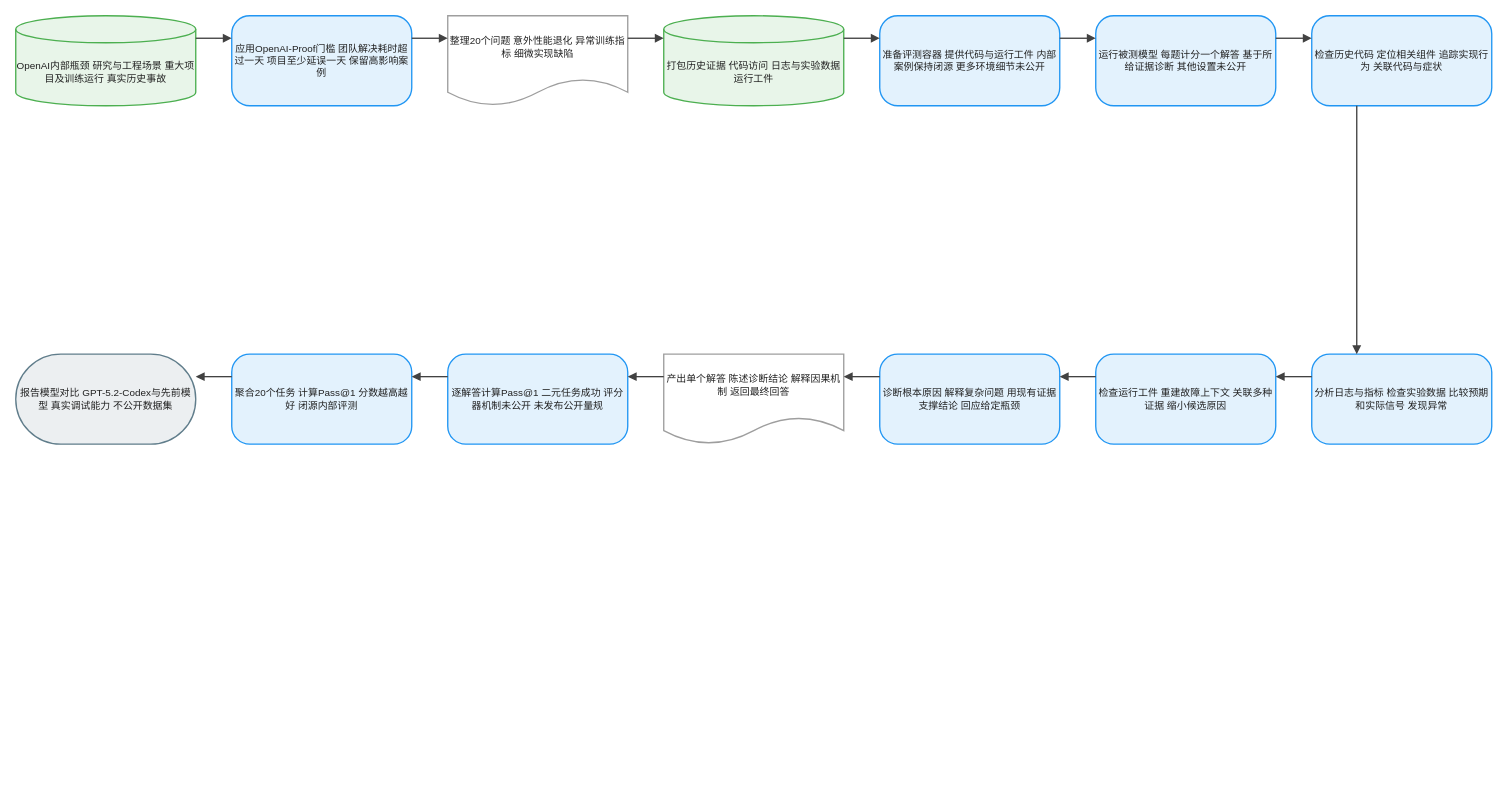
This is client/public/drawio/OpenAI-Proof_Q&A/OpenAI-Proof_Q&A.zh.drawio from joe1chief/benchmark-hub, a draw.io file, before an edit. Source tidied: cells renumbered, new cells numbered last; positions are measured from the earlier drawing's top-left corner, leaving out a move shared by most shapes. Both pictures are drawn from the tidied source at 90%, with x=0, y=0 at pixel (15, 15).
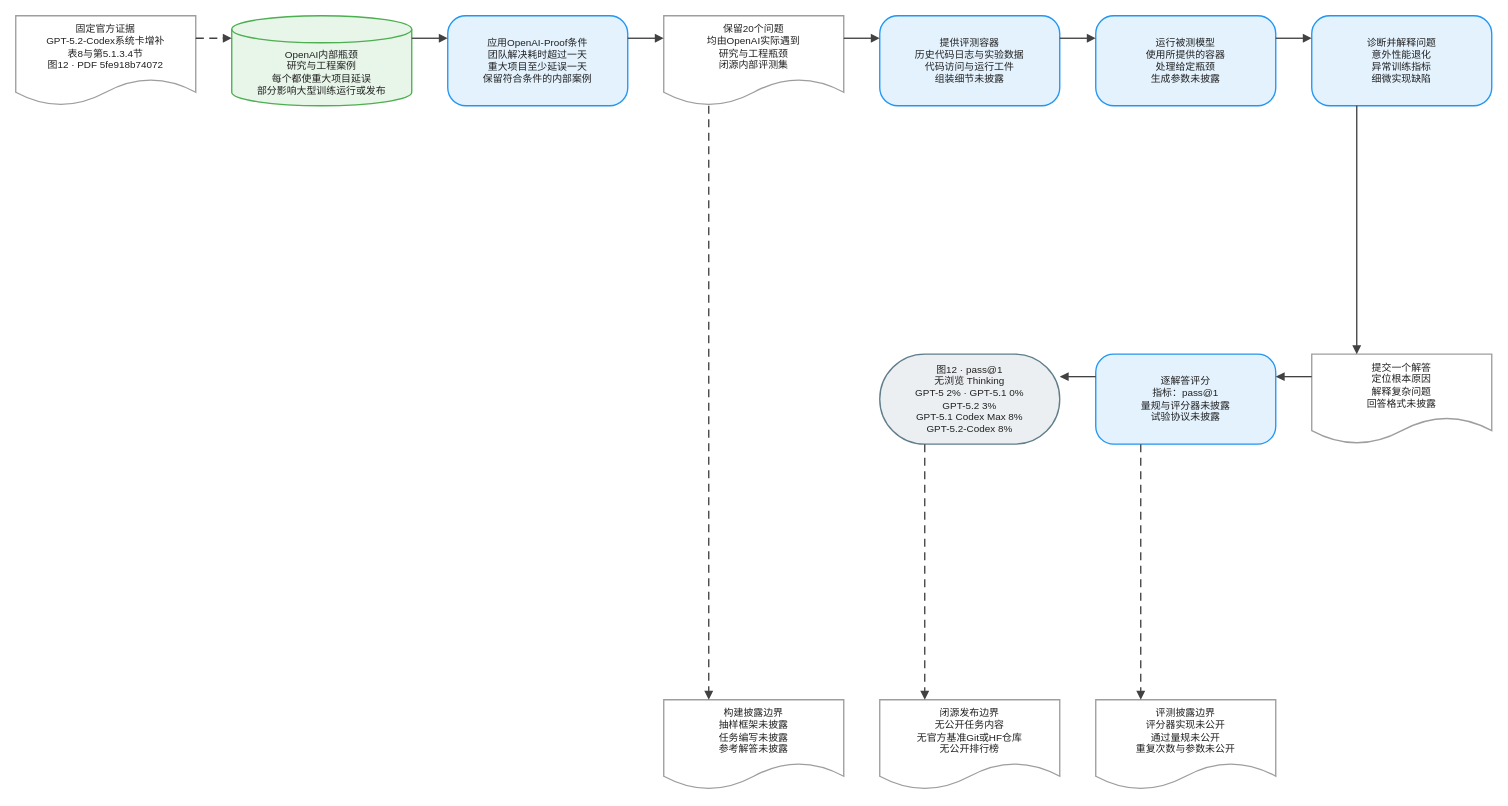
Above is the later version.

The edit, as a diff of the source:
```diff
@@
-    <mxCell id="2" value="OpenAI内部瓶颈 研究与工程场景 重大项目及训练运行 真实历史事故" style="shape=cylinder3;boundedLbl=1;backgroundOutline=1;size=15;html=1;whiteSpace=wrap;fillColor=#E8F5E9;strokeColor=#4CAF50;strokeWidth=1.5;fontColor=#212121;fontSize=11;fontFamily=Arial, Helvetica, sans-serif;verticalAlign=middle;align=center;" parent="1" vertex="1">
+    <mxCell id="2" value="固定官方证据&#10;GPT-5.2-Codex系统卡增补&#10;表8与第5.1.3.4节&#10;图12 · PDF 5fe918b74072" style="shape=document;boundedLbl=1;html=0;convertToSvg=1;whiteSpace=wrap;fillColor=#FFFFFF;strokeColor=#9E9E9E;strokeWidth=1.5;fontColor=#212121;fontSize=11;fontFamily=Arial, Helvetica, sans-serif;verticalAlign=middle;align=center;" parent="1" vertex="1">
       <mxGeometry width="200" height="100" as="geometry" />
     </mxCell>
-    <mxCell id="3" value="应用OpenAI-Proof门槛 团队解决耗时超过一天 项目至少延误一天 保留高影响案例" style="rounded=1;arcSize=20;html=1;whiteSpace=wrap;fillColor=#E3F2FD;strokeColor=#2196F3;strokeWidth=1.5;fontColor=#212121;fontSize=11;fontFamily=Arial, Helvetica, sans-serif;verticalAlign=middle;align=center;" parent="1" vertex="1">
+    <mxCell id="3" value="OpenAI内部瓶颈&#10;研究与工程案例&#10;每个都使重大项目延误&#10;部分影响大型训练运行或发布" style="shape=cylinder3;boundedLbl=1;backgroundOutline=1;size=15;html=0;convertToSvg=1;whiteSpace=wrap;fillColor=#E8F5E9;strokeColor=#4CAF50;strokeWidth=1.5;fontColor=#212121;fontSize=11;fontFamily=Arial, Helvetica, sans-serif;verticalAlign=middle;align=center;" parent="1" vertex="1">
       <mxGeometry x="240" width="200" height="100" as="geometry" />
     </mxCell>
-    <mxCell id="4" value="整理20个问题 意外性能退化 异常训练指标 细微实现缺陷" style="shape=document;boundedLbl=1;html=1;whiteSpace=wrap;fillColor=#FFFFFF;strokeColor=#9E9E9E;strokeWidth=1.5;fontColor=#212121;fontSize=11;fontFamily=Arial, Helvetica, sans-serif;verticalAlign=middle;align=center;" parent="1" vertex="1">
+    <mxCell id="4" value="应用OpenAI-Proof条件&#10;团队解决耗时超过一天&#10;重大项目至少延误一天&#10;保留符合条件的内部案例" style="rounded=1;arcSize=20;html=0;convertToSvg=1;whiteSpace=wrap;fillColor=#E3F2FD;strokeColor=#2196F3;strokeWidth=1.5;fontColor=#212121;fontSize=11;fontFamily=Arial, Helvetica, sans-serif;verticalAlign=middle;align=center;" parent="1" vertex="1">
       <mxGeometry x="480" width="200" height="100" as="geometry" />
     </mxCell>
-    <mxCell id="5" value="打包历史证据 代码访问 日志与实验数据 运行工件" style="shape=cylinder3;boundedLbl=1;backgroundOutline=1;size=15;html=1;whiteSpace=wrap;fillColor=#E8F5E9;strokeColor=#4CAF50;strokeWidth=1.5;fontColor=#212121;fontSize=11;fontFamily=Arial, Helvetica, sans-serif;verticalAlign=middle;align=center;" parent="1" vertex="1">
+    <mxCell id="5" value="保留20个问题&#10;均由OpenAI实际遇到&#10;研究与工程瓶颈&#10;闭源内部评测集" style="shape=document;boundedLbl=1;html=0;convertToSvg=1;whiteSpace=wrap;fillColor=#FFFFFF;strokeColor=#9E9E9E;strokeWidth=1.5;fontColor=#212121;fontSize=11;fontFamily=Arial, Helvetica, sans-serif;verticalAlign=middle;align=center;" parent="1" vertex="1">
       <mxGeometry x="720" width="200" height="100" as="geometry" />
     </mxCell>
-    <mxCell id="6" value="准备评测容器 提供代码与运行工件 内部案例保持闭源 更多环境细节未公开" style="rounded=1;arcSize=20;html=1;whiteSpace=wrap;fillColor=#E3F2FD;strokeColor=#2196F3;strokeWidth=1.5;fontColor=#212121;fontSize=11;fontFamily=Arial, Helvetica, sans-serif;verticalAlign=middle;align=center;" parent="1" vertex="1">
+    <mxCell id="6" value="提供评测容器&#10;历史代码日志与实验数据&#10;代码访问与运行工件&#10;组装细节未披露" style="rounded=1;arcSize=20;html=0;convertToSvg=1;whiteSpace=wrap;fillColor=#E3F2FD;strokeColor=#2196F3;strokeWidth=1.5;fontColor=#212121;fontSize=11;fontFamily=Arial, Helvetica, sans-serif;verticalAlign=middle;align=center;" parent="1" vertex="1">
       <mxGeometry x="960" width="200" height="100" as="geometry" />
     </mxCell>
-    <mxCell id="7" value="运行被测模型 每题计分一个解答 基于所给证据诊断 其他设置未公开" style="rounded=1;arcSize=20;html=1;whiteSpace=wrap;fillColor=#E3F2FD;strokeColor=#2196F3;strokeWidth=1.5;fontColor=#212121;fontSize=11;fontFamily=Arial, Helvetica, sans-serif;verticalAlign=middle;align=center;" parent="1" vertex="1">
+    <mxCell id="7" value="运行被测模型&#10;使用所提供的容器&#10;处理给定瓶颈&#10;生成参数未披露" style="rounded=1;arcSize=20;html=0;convertToSvg=1;whiteSpace=wrap;fillColor=#E3F2FD;strokeColor=#2196F3;strokeWidth=1.5;fontColor=#212121;fontSize=11;fontFamily=Arial, Helvetica, sans-serif;verticalAlign=middle;align=center;" parent="1" vertex="1">
       <mxGeometry x="1200" width="200" height="100" as="geometry" />
     </mxCell>
-    <mxCell id="8" value="检查历史代码 定位相关组件 追踪实现行为 关联代码与症状" style="rounded=1;arcSize=20;html=1;whiteSpace=wrap;fillColor=#E3F2FD;strokeColor=#2196F3;strokeWidth=1.5;fontColor=#212121;fontSize=11;fontFamily=Arial, Helvetica, sans-serif;verticalAlign=middle;align=center;" parent="1" vertex="1">
+    <mxCell id="8" value="诊断并解释问题&#10;意外性能退化&#10;异常训练指标&#10;细微实现缺陷" style="rounded=1;arcSize=20;html=0;convertToSvg=1;whiteSpace=wrap;fillColor=#E3F2FD;strokeColor=#2196F3;strokeWidth=1.5;fontColor=#212121;fontSize=11;fontFamily=Arial, Helvetica, sans-serif;verticalAlign=middle;align=center;" parent="1" vertex="1">
       <mxGeometry x="1440" width="200" height="100" as="geometry" />
     </mxCell>
-    <mxCell id="9" value="分析日志与指标 检查实验数据 比较预期和实际信号 发现异常" style="rounded=1;arcSize=20;html=1;whiteSpace=wrap;fillColor=#E3F2FD;strokeColor=#2196F3;strokeWidth=1.5;fontColor=#212121;fontSize=11;fontFamily=Arial, Helvetica, sans-serif;verticalAlign=middle;align=center;" parent="1" vertex="1">
+    <mxCell id="9" value="提交一个解答&#10;定位根本原因&#10;解释复杂问题&#10;回答格式未披露" style="shape=document;boundedLbl=1;html=0;convertToSvg=1;whiteSpace=wrap;fillColor=#FFFFFF;strokeColor=#9E9E9E;strokeWidth=1.5;fontColor=#212121;fontSize=11;fontFamily=Arial, Helvetica, sans-serif;verticalAlign=middle;align=center;" parent="1" vertex="1">
       <mxGeometry x="1440" y="376" width="200" height="100" as="geometry" />
     </mxCell>
-    <mxCell id="10" value="检查运行工件 重建故障上下文 关联多种证据 缩小候选原因" style="rounded=1;arcSize=20;html=1;whiteSpace=wrap;fillColor=#E3F2FD;strokeColor=#2196F3;strokeWidth=1.5;fontColor=#212121;fontSize=11;fontFamily=Arial, Helvetica, sans-serif;verticalAlign=middle;align=center;" parent="1" vertex="1">
+    <mxCell id="10" value="逐解答评分&#10;指标：pass@1&#10;量规与评分器未披露&#10;试验协议未披露" style="rounded=1;arcSize=20;html=0;convertToSvg=1;whiteSpace=wrap;fillColor=#E3F2FD;strokeColor=#2196F3;strokeWidth=1.5;fontColor=#212121;fontSize=11;fontFamily=Arial, Helvetica, sans-serif;verticalAlign=middle;align=center;" parent="1" vertex="1">
       <mxGeometry x="1200" y="376" width="200" height="100" as="geometry" />
     </mxCell>
-    <mxCell id="11" value="诊断根本原因 解释复杂问题 用现有证据支撑结论 回应给定瓶颈" style="rounded=1;arcSize=20;html=1;whiteSpace=wrap;fillColor=#E3F2FD;strokeColor=#2196F3;strokeWidth=1.5;fontColor=#212121;fontSize=11;fontFamily=Arial, Helvetica, sans-serif;verticalAlign=middle;align=center;" parent="1" vertex="1">
+    <mxCell id="11" value="图12 · pass@1&#10;无浏览 Thinking&#10;GPT-5 2% · GPT-5.1 0%&#10;GPT-5.2 3%&#10;GPT-5.1 Codex Max 8%&#10;GPT-5.2-Codex 8%" style="rounded=1;arcSize=50;html=0;convertToSvg=1;whiteSpace=wrap;fillColor=#ECEFF1;strokeColor=#607D8B;strokeWidth=1.5;fontColor=#212121;fontSize=11;fontFamily=Arial, Helvetica, sans-serif;verticalAlign=middle;align=center;" parent="1" vertex="1">
       <mxGeometry x="960" y="376" width="200" height="100" as="geometry" />
     </mxCell>
-    <mxCell id="12" value="产出单个解答 陈述诊断结论 解释因果机制 返回最终回答" style="shape=document;boundedLbl=1;html=1;whiteSpace=wrap;fillColor=#FFFFFF;strokeColor=#9E9E9E;strokeWidth=1.5;fontColor=#212121;fontSize=11;fontFamily=Arial, Helvetica, sans-serif;verticalAlign=middle;align=center;" parent="1" vertex="1">
-      <mxGeometry x="720" y="376" width="200" height="100" as="geometry" />
+    <mxCell id="12" value="构建披露边界&#10;抽样框架未披露&#10;任务编写未披露&#10;参考解答未披露" style="shape=document;boundedLbl=1;html=0;convertToSvg=1;whiteSpace=wrap;fillColor=#FFFFFF;strokeColor=#9E9E9E;strokeWidth=1.5;fontColor=#212121;fontSize=11;fontFamily=Arial, Helvetica, sans-serif;verticalAlign=middle;align=center;" parent="1" vertex="1">
+      <mxGeometry x="720" y="760" width="200" height="100" as="geometry" />
     </mxCell>
-    <mxCell id="13" value="逐解答计算Pass@1 二元任务成功 评分器机制未公开 未发布公开量规" style="rounded=1;arcSize=20;html=1;whiteSpace=wrap;fillColor=#E3F2FD;strokeColor=#2196F3;strokeWidth=1.5;fontColor=#212121;fontSize=11;fontFamily=Arial, Helvetica, sans-serif;verticalAlign=middle;align=center;" parent="1" vertex="1">
-      <mxGeometry x="480" y="376" width="200" height="100" as="geometry" />
+    <mxCell id="13" value="评测披露边界&#10;评分器实现未公开&#10;通过量规未公开&#10;重复次数与参数未公开" style="shape=document;boundedLbl=1;html=0;convertToSvg=1;whiteSpace=wrap;fillColor=#FFFFFF;strokeColor=#9E9E9E;strokeWidth=1.5;fontColor=#212121;fontSize=11;fontFamily=Arial, Helvetica, sans-serif;verticalAlign=middle;align=center;" parent="1" vertex="1">
+      <mxGeometry x="1200" y="760" width="200" height="100" as="geometry" />
     </mxCell>
-    <mxCell id="14" value="聚合20个任务 计算Pass@1 分数越高越好 闭源内部评测" style="rounded=1;arcSize=20;html=1;whiteSpace=wrap;fillColor=#E3F2FD;strokeColor=#2196F3;strokeWidth=1.5;fontColor=#212121;fontSize=11;fontFamily=Arial, Helvetica, sans-serif;verticalAlign=middle;align=center;" parent="1" vertex="1">
-      <mxGeometry x="240" y="376" width="200" height="100" as="geometry" />
+    <mxCell id="14" value="闭源发布边界&#10;无公开任务内容&#10;无官方基准Git或HF仓库&#10;无公开排行榜" style="shape=document;boundedLbl=1;html=0;convertToSvg=1;whiteSpace=wrap;fillColor=#FFFFFF;strokeColor=#9E9E9E;strokeWidth=1.5;fontColor=#212121;fontSize=11;fontFamily=Arial, Helvetica, sans-serif;verticalAlign=middle;align=center;" parent="1" vertex="1">
+      <mxGeometry x="960" y="760" width="200" height="100" as="geometry" />
     </mxCell>
-    <mxCell id="15" value="报告模型对比 GPT-5.2-Codex与先前模型 真实调试能力 不公开数据集" style="rounded=1;arcSize=50;html=1;whiteSpace=wrap;fillColor=#ECEFF1;strokeColor=#607D8B;strokeWidth=1.5;fontColor=#212121;fontSize=11;fontFamily=Arial, Helvetica, sans-serif;verticalAlign=middle;align=center;" parent="1" vertex="1">
-      <mxGeometry y="376" width="200" height="100" as="geometry" />
+    <mxCell id="15" style="edgeStyle=orthogonalEdgeStyle;rounded=0;jettySize=auto;html=0;convertToSvg=1;strokeColor=#424242;strokeWidth=1.5;endArrow=block;endFill=1;exitX=1;exitY=0.25;exitDx=0;exitDy=0;entryX=0;entryY=0.25;entryDx=0;entryDy=0;dashed=1;dashPattern=6 4;jumpStyle=arc;jumpSize=8;" parent="1" edge="1" source="2" target="3">
+      <mxGeometry relative="1" as="geometry" />
     </mxCell>
-    <mxCell id="16" style="edgeStyle=orthogonalEdgeStyle;rounded=0;jettySize=auto;html=1;strokeColor=#424242;strokeWidth=1.5;endArrow=block;endFill=1;exitX=1;exitY=0.25;exitDx=0;exitDy=0;entryX=0;entryY=0.25;entryDx=0;entryDy=0;jumpStyle=arc;jumpSize=8;" parent="1" edge="1" source="2" target="3">
+    <mxCell id="16" style="edgeStyle=orthogonalEdgeStyle;rounded=0;jettySize=auto;html=0;convertToSvg=1;strokeColor=#424242;strokeWidth=1.5;endArrow=block;endFill=1;exitX=1;exitY=0.25;exitDx=0;exitDy=0;entryX=0;entryY=0.25;entryDx=0;entryDy=0;jumpStyle=arc;jumpSize=8;" parent="1" edge="1" source="3" target="4">
       <mxGeometry relative="1" as="geometry" />
     </mxCell>
-    <mxCell id="17" style="edgeStyle=orthogonalEdgeStyle;rounded=0;jettySize=auto;html=1;strokeColor=#424242;strokeWidth=1.5;endArrow=block;endFill=1;exitX=1;exitY=0.25;exitDx=0;exitDy=0;entryX=0;entryY=0.25;entryDx=0;entryDy=0;jumpStyle=arc;jumpSize=8;" parent="1" edge="1" source="3" target="4">
+    <mxCell id="17" style="edgeStyle=orthogonalEdgeStyle;rounded=0;jettySize=auto;html=0;convertToSvg=1;strokeColor=#424242;strokeWidth=1.5;endArrow=block;endFill=1;exitX=1;exitY=0.25;exitDx=0;exitDy=0;entryX=0;entryY=0.25;entryDx=0;entryDy=0;jumpStyle=arc;jumpSize=8;" parent="1" edge="1" source="4" target="5">
       <mxGeometry relative="1" as="geometry" />
     </mxCell>
-    <mxCell id="18" style="edgeStyle=orthogonalEdgeStyle;rounded=0;jettySize=auto;html=1;strokeColor=#424242;strokeWidth=1.5;endArrow=block;endFill=1;exitX=1;exitY=0.25;exitDx=0;exitDy=0;entryX=0;entryY=0.25;entryDx=0;entryDy=0;jumpStyle=arc;jumpSize=8;" parent="1" edge="1" source="4" target="5">
+    <mxCell id="18" style="edgeStyle=orthogonalEdgeStyle;rounded=0;jettySize=auto;html=0;convertToSvg=1;strokeColor=#424242;strokeWidth=1.5;endArrow=block;endFill=1;exitX=1;exitY=0.25;exitDx=0;exitDy=0;entryX=0;entryY=0.25;entryDx=0;entryDy=0;jumpStyle=arc;jumpSize=8;" parent="1" edge="1" source="5" target="6">
       <mxGeometry relative="1" as="geometry" />
     </mxCell>
-    <mxCell id="19" style="edgeStyle=orthogonalEdgeStyle;rounded=0;jettySize=auto;html=1;strokeColor=#424242;strokeWidth=1.5;endArrow=block;endFill=1;exitX=1;exitY=0.25;exitDx=0;exitDy=0;entryX=0;entryY=0.25;entryDx=0;entryDy=0;jumpStyle=arc;jumpSize=8;" parent="1" edge="1" source="5" target="6">
+    <mxCell id="19" style="edgeStyle=orthogonalEdgeStyle;rounded=0;jettySize=auto;html=0;convertToSvg=1;strokeColor=#424242;strokeWidth=1.5;endArrow=block;endFill=1;exitX=1;exitY=0.25;exitDx=0;exitDy=0;entryX=0;entryY=0.25;entryDx=0;entryDy=0;jumpStyle=arc;jumpSize=8;" parent="1" edge="1" source="6" target="7">
       <mxGeometry relative="1" as="geometry" />
     </mxCell>
-    <mxCell id="20" style="edgeStyle=orthogonalEdgeStyle;rounded=0;jettySize=auto;html=1;strokeColor=#424242;strokeWidth=1.5;endArrow=block;endFill=1;exitX=1;exitY=0.25;exitDx=0;exitDy=0;entryX=0;entryY=0.25;entryDx=0;entryDy=0;jumpStyle=arc;jumpSize=8;" parent="1" edge="1" source="6" target="7">
+    <mxCell id="20" style="edgeStyle=orthogonalEdgeStyle;rounded=0;jettySize=auto;html=0;convertToSvg=1;strokeColor=#424242;strokeWidth=1.5;endArrow=block;endFill=1;exitX=1;exitY=0.25;exitDx=0;exitDy=0;entryX=0;entryY=0.25;entryDx=0;entryDy=0;jumpStyle=arc;jumpSize=8;" parent="1" edge="1" source="7" target="8">
       <mxGeometry relative="1" as="geometry" />
     </mxCell>
-    <mxCell id="21" style="edgeStyle=orthogonalEdgeStyle;rounded=0;jettySize=auto;html=1;strokeColor=#424242;strokeWidth=1.5;endArrow=block;endFill=1;exitX=1;exitY=0.25;exitDx=0;exitDy=0;entryX=0;entryY=0.25;entryDx=0;entryDy=0;jumpStyle=arc;jumpSize=8;" parent="1" edge="1" source="7" target="8">
+    <mxCell id="21" style="edgeStyle=orthogonalEdgeStyle;rounded=0;jettySize=auto;html=0;convertToSvg=1;strokeColor=#424242;strokeWidth=1.5;endArrow=block;endFill=1;exitX=0.25;exitY=1;exitDx=0;exitDy=0;entryX=0.25;entryY=0;entryDx=0;entryDy=0;jumpStyle=arc;jumpSize=8;" parent="1" edge="1" source="8" target="9">
       <mxGeometry relative="1" as="geometry" />
     </mxCell>
-    <mxCell id="22" style="edgeStyle=orthogonalEdgeStyle;rounded=0;jettySize=auto;html=1;strokeColor=#424242;strokeWidth=1.5;endArrow=block;endFill=1;exitX=0.25;exitY=1;exitDx=0;exitDy=0;entryX=0.25;entryY=0;entryDx=0;entryDy=0;jumpStyle=arc;jumpSize=8;" parent="1" edge="1" source="8" target="9">
+    <mxCell id="22" style="edgeStyle=orthogonalEdgeStyle;rounded=0;jettySize=auto;html=0;convertToSvg=1;strokeColor=#424242;strokeWidth=1.5;endArrow=block;endFill=1;exitX=0;exitY=0.25;exitDx=0;exitDy=0;entryX=1;entryY=0.25;entryDx=0;entryDy=0;jumpStyle=arc;jumpSize=8;" parent="1" edge="1" source="9" target="10">
       <mxGeometry relative="1" as="geometry" />
     </mxCell>
-    <mxCell id="23" style="edgeStyle=orthogonalEdgeStyle;rounded=0;jettySize=auto;html=1;strokeColor=#424242;strokeWidth=1.5;endArrow=block;endFill=1;exitX=0;exitY=0.25;exitDx=0;exitDy=0;entryX=1;entryY=0.25;entryDx=0;entryDy=0;jumpStyle=arc;jumpSize=8;" parent="1" edge="1" source="9" target="10">
+    <mxCell id="23" style="edgeStyle=orthogonalEdgeStyle;rounded=0;jettySize=auto;html=0;convertToSvg=1;strokeColor=#424242;strokeWidth=1.5;endArrow=block;endFill=1;exitX=0;exitY=0.25;exitDx=0;exitDy=0;entryX=1;entryY=0.25;entryDx=0;entryDy=0;jumpStyle=arc;jumpSize=8;" parent="1" edge="1" source="10" target="11">
       <mxGeometry relative="1" as="geometry" />
     </mxCell>
-    <mxCell id="24" style="edgeStyle=orthogonalEdgeStyle;rounded=0;jettySize=auto;html=1;strokeColor=#424242;strokeWidth=1.5;endArrow=block;endFill=1;exitX=0;exitY=0.25;exitDx=0;exitDy=0;entryX=1;entryY=0.25;entryDx=0;entryDy=0;jumpStyle=arc;jumpSize=8;" parent="1" edge="1" source="10" target="11">
+    <mxCell id="24" style="edgeStyle=orthogonalEdgeStyle;rounded=0;jettySize=auto;html=0;convertToSvg=1;strokeColor=#424242;strokeWidth=1.5;endArrow=block;endFill=1;exitX=0.25;exitY=1;exitDx=0;exitDy=0;entryX=0.25;entryY=0;entryDx=0;entryDy=0;dashed=1;dashPattern=6 4;jumpStyle=arc;jumpSize=8;" parent="1" edge="1" source="5" target="12">
       <mxGeometry relative="1" as="geometry" />
     </mxCell>
-    <mxCell id="25" style="edgeStyle=orthogonalEdgeStyle;rounded=0;jettySize=auto;html=1;strokeColor=#424242;strokeWidth=1.5;endArrow=block;endFill=1;exitX=0;exitY=0.25;exitDx=0;exitDy=0;entryX=1;entryY=0.25;entryDx=0;entryDy=0;jumpStyle=arc;jumpSize=8;" parent="1" edge="1" source="11" target="12">
+    <mxCell id="25" style="edgeStyle=orthogonalEdgeStyle;rounded=0;jettySize=auto;html=0;convertToSvg=1;strokeColor=#424242;strokeWidth=1.5;endArrow=block;endFill=1;exitX=0.25;exitY=1;exitDx=0;exitDy=0;entryX=0.25;entryY=0;entryDx=0;entryDy=0;dashed=1;dashPattern=6 4;jumpStyle=arc;jumpSize=8;" parent="1" edge="1" source="10" target="13">
       <mxGeometry relative="1" as="geometry" />
     </mxCell>
-    <mxCell id="26" style="edgeStyle=orthogonalEdgeStyle;rounded=0;jettySize=auto;html=1;strokeColor=#424242;strokeWidth=1.5;endArrow=block;endFill=1;exitX=0;exitY=0.25;exitDx=0;exitDy=0;entryX=1;entryY=0.25;entryDx=0;entryDy=0;jumpStyle=arc;jumpSize=8;" parent="1" edge="1" source="12" target="13">
+    <mxCell id="26" style="edgeStyle=orthogonalEdgeStyle;rounded=0;jettySize=auto;html=0;convertToSvg=1;strokeColor=#424242;strokeWidth=1.5;endArrow=block;endFill=1;exitX=0.25;exitY=1;exitDx=0;exitDy=0;entryX=0.25;entryY=0;entryDx=0;entryDy=0;dashed=1;dashPattern=6 4;jumpStyle=arc;jumpSize=8;" parent="1" edge="1" source="11" target="14">
       <mxGeometry relative="1" as="geometry" />
     </mxCell>
-    <mxCell id="27" style="edgeStyle=orthogonalEdgeStyle;rounded=0;jettySize=auto;html=1;strokeColor=#424242;strokeWidth=1.5;endArrow=block;endFill=1;exitX=0;exitY=0.25;exitDx=0;exitDy=0;entryX=1;entryY=0.25;entryDx=0;entryDy=0;jumpStyle=arc;jumpSize=8;" parent="1" edge="1" source="13" target="14">
-      <mxGeometry relative="1" as="geometry" />
-    </mxCell>
-    <mxCell id="28" style="edgeStyle=orthogonalEdgeStyle;rounded=0;jettySize=auto;html=1;strokeColor=#424242;strokeWidth=1.5;endArrow=block;endFill=1;exitX=0;exitY=0.25;exitDx=0;exitDy=0;entryX=1;entryY=0.25;entryDx=0;entryDy=0;jumpStyle=arc;jumpSize=8;" parent="1" edge="1" source="14" target="15">
-      <mxGeometry relative="1" as="geometry" />
-    </mxCell>
```
